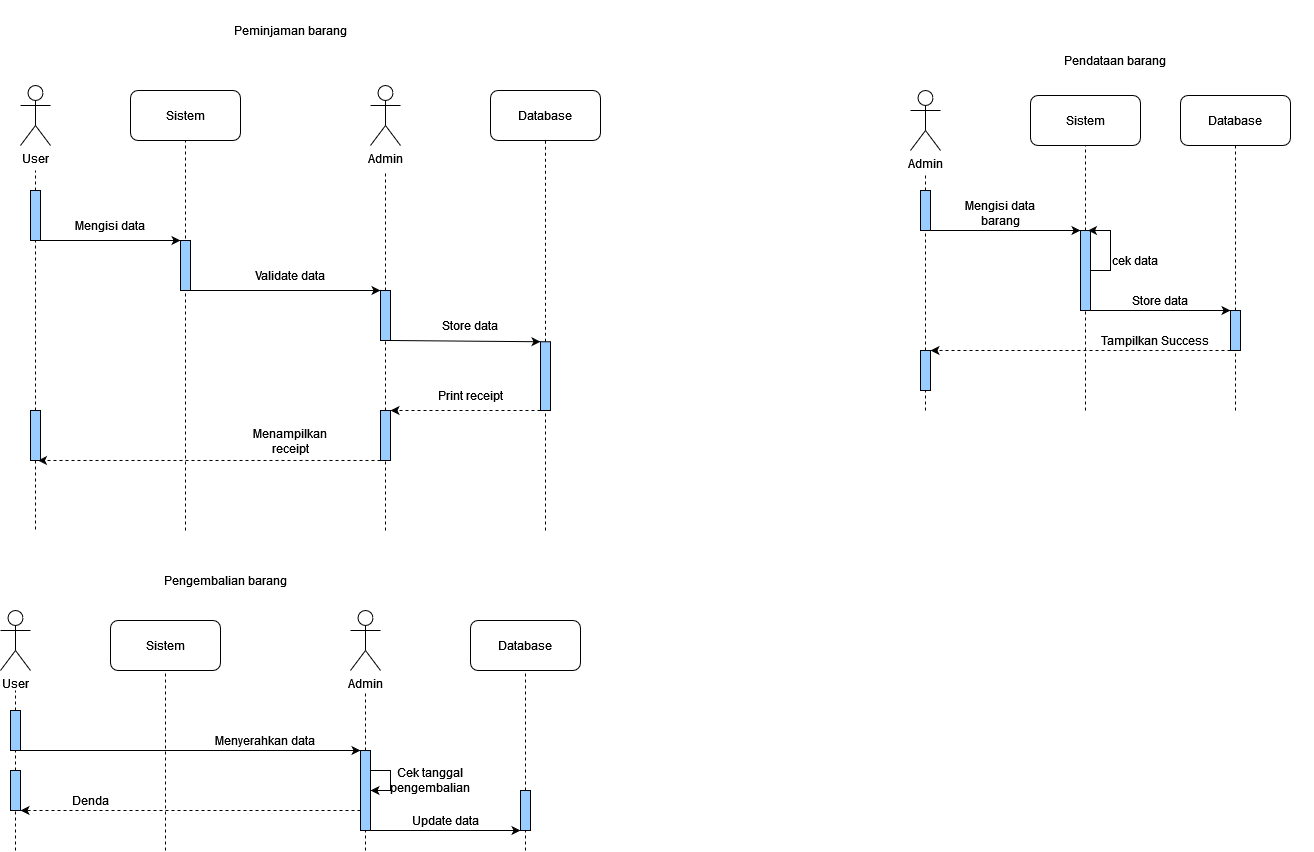
Above: diagrams/Sequence Diagram.drawio.png in johannfac/aplikasipeminjamanaset (draw.io), before the change. Source tidied: cells renumbered, new cells last; positions are measured from the earlier drawing's top-left corner, leaving out a move shared by most shapes.
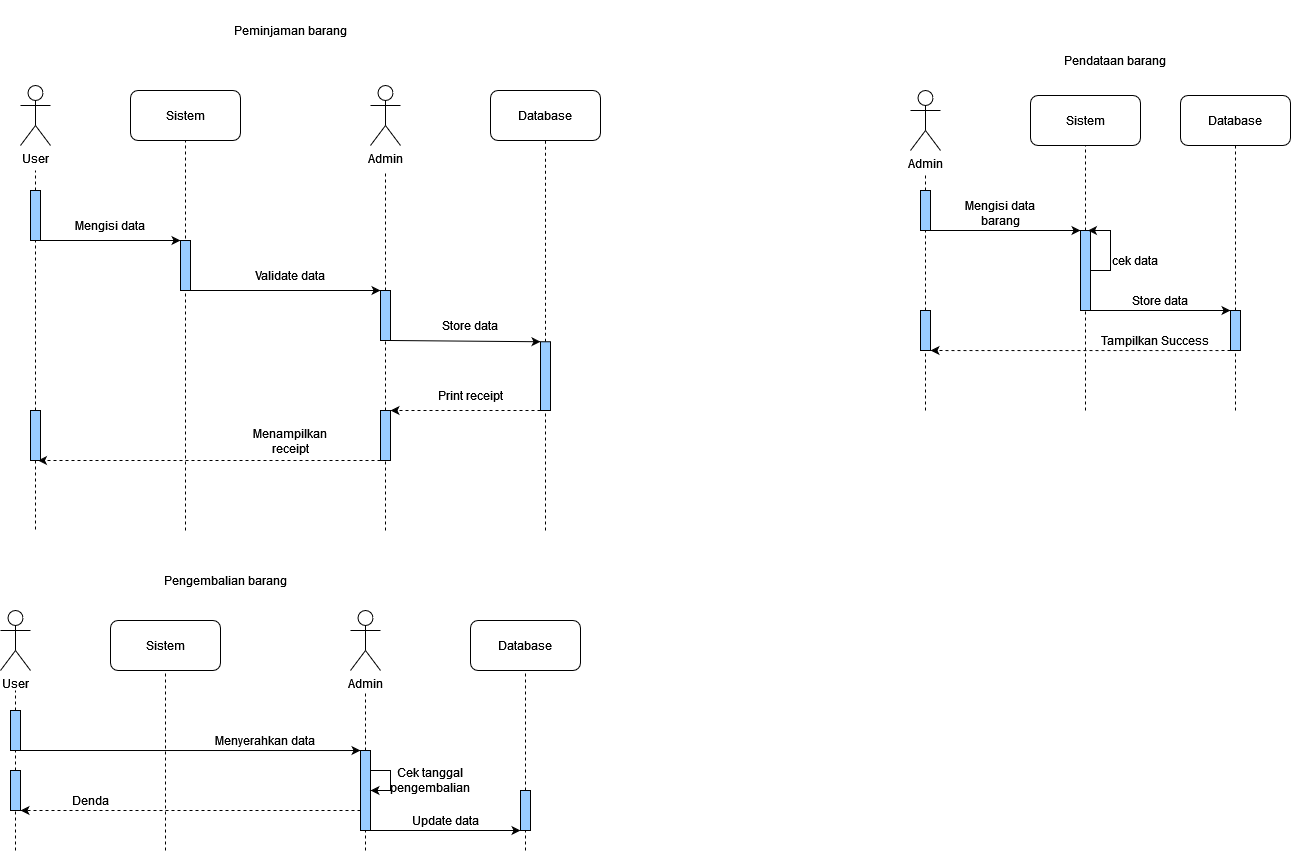
The same diagram one commit later.

The edit, as a diff of the source:
```diff
@@ -154,16 +154,16 @@
         <mxPoint x="1235" y="410" as="sourcePoint" />
       </mxGeometry>
     </mxCell>
-    <mxCell id="43" style="edgeStyle=orthogonalEdgeStyle;rounded=0;jettySize=auto;html=1;dashed=1;exitX=0;exitY=1;exitDx=0;exitDy=0;entryX=1;entryY=0;entryDx=0;entryDy=0;" parent="1" edge="1" source="39" target="44">
+    <mxCell id="43" style="edgeStyle=orthogonalEdgeStyle;rounded=0;jettySize=auto;html=1;dashed=1;exitX=0;exitY=1;exitDx=0;exitDy=0;entryX=1;entryY=1;entryDx=0;entryDy=0;" parent="1" edge="1" source="39" target="44">
       <mxGeometry relative="1" as="geometry">
         <Array as="points">
-          <mxPoint x="1150" y="350" />
-          <mxPoint x="1150" y="350" />
+          <mxPoint x="1080" y="350" />
+          <mxPoint x="1080" y="350" />
         </Array>
       </mxGeometry>
     </mxCell>
     <mxCell id="44" style="rounded=0;whiteSpace=wrap;html=1;fillColor=#99CCFF;" parent="1" vertex="1">
-      <mxGeometry x="920" y="350" width="10" height="40" as="geometry" />
+      <mxGeometry x="920" y="310" width="10" height="40" as="geometry" />
     </mxCell>
     <mxCell id="45" value="Tampilkan Success" style="text;html=1;strokeColor=none;fillColor=none;align=center;verticalAlign=middle;whiteSpace=wrap;rounded=0;" parent="1" vertex="1">
       <mxGeometry x="1100" y="330" width="110" height="20" as="geometry" />
```
